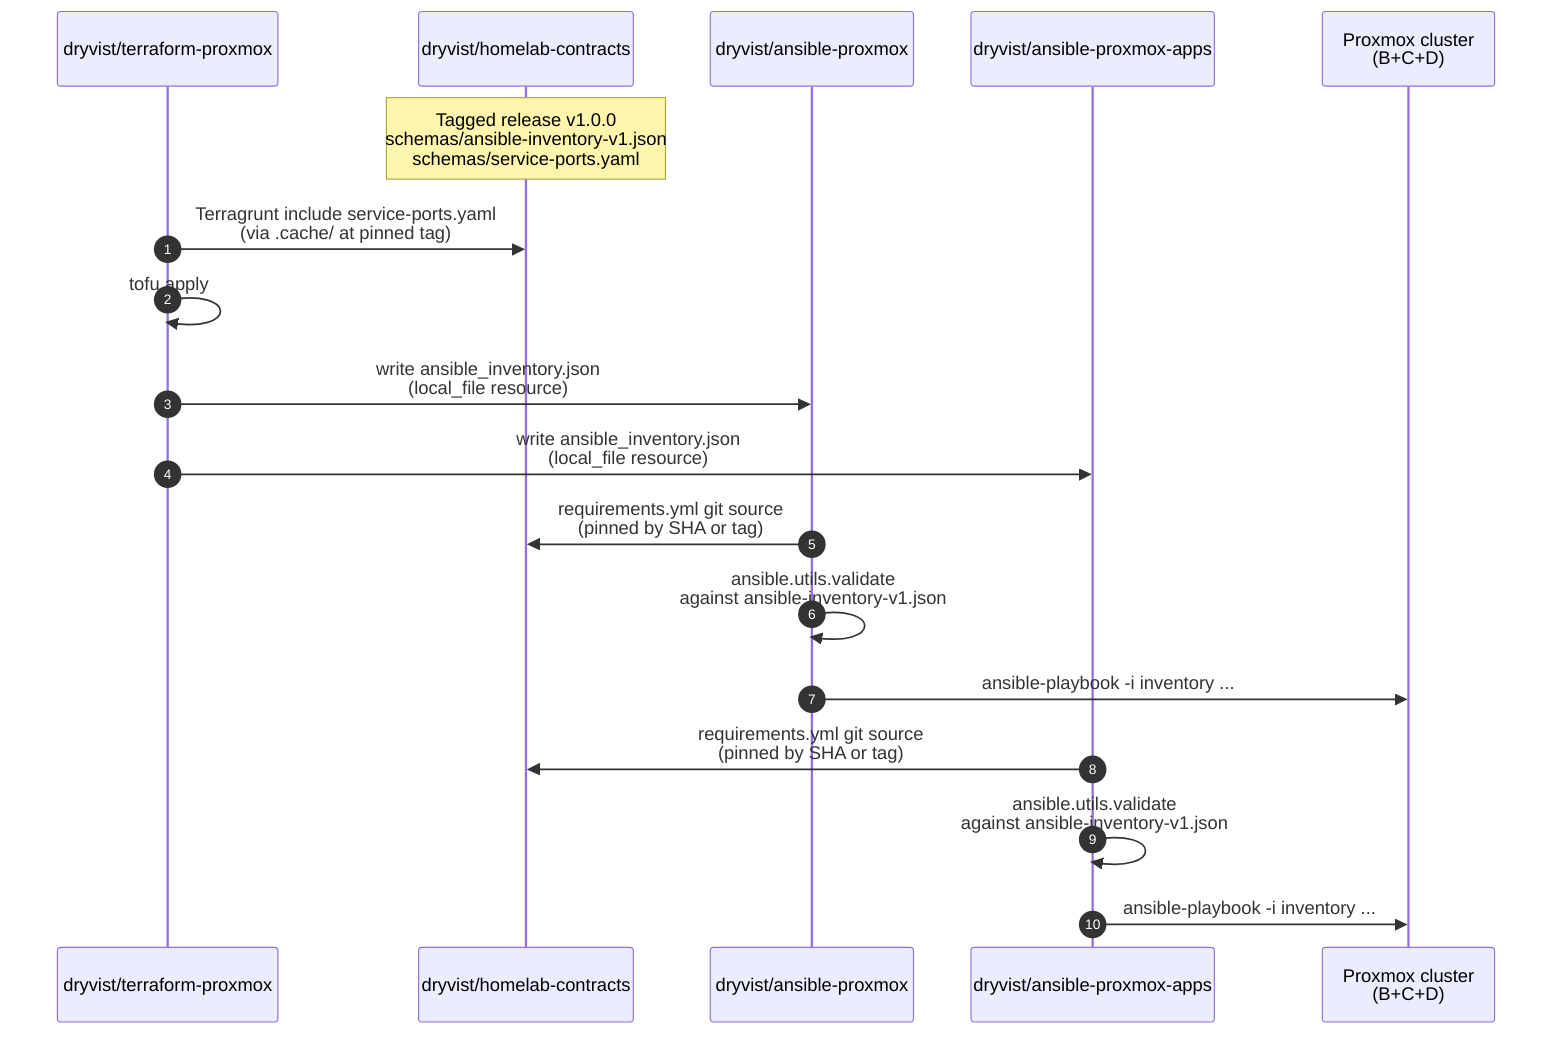
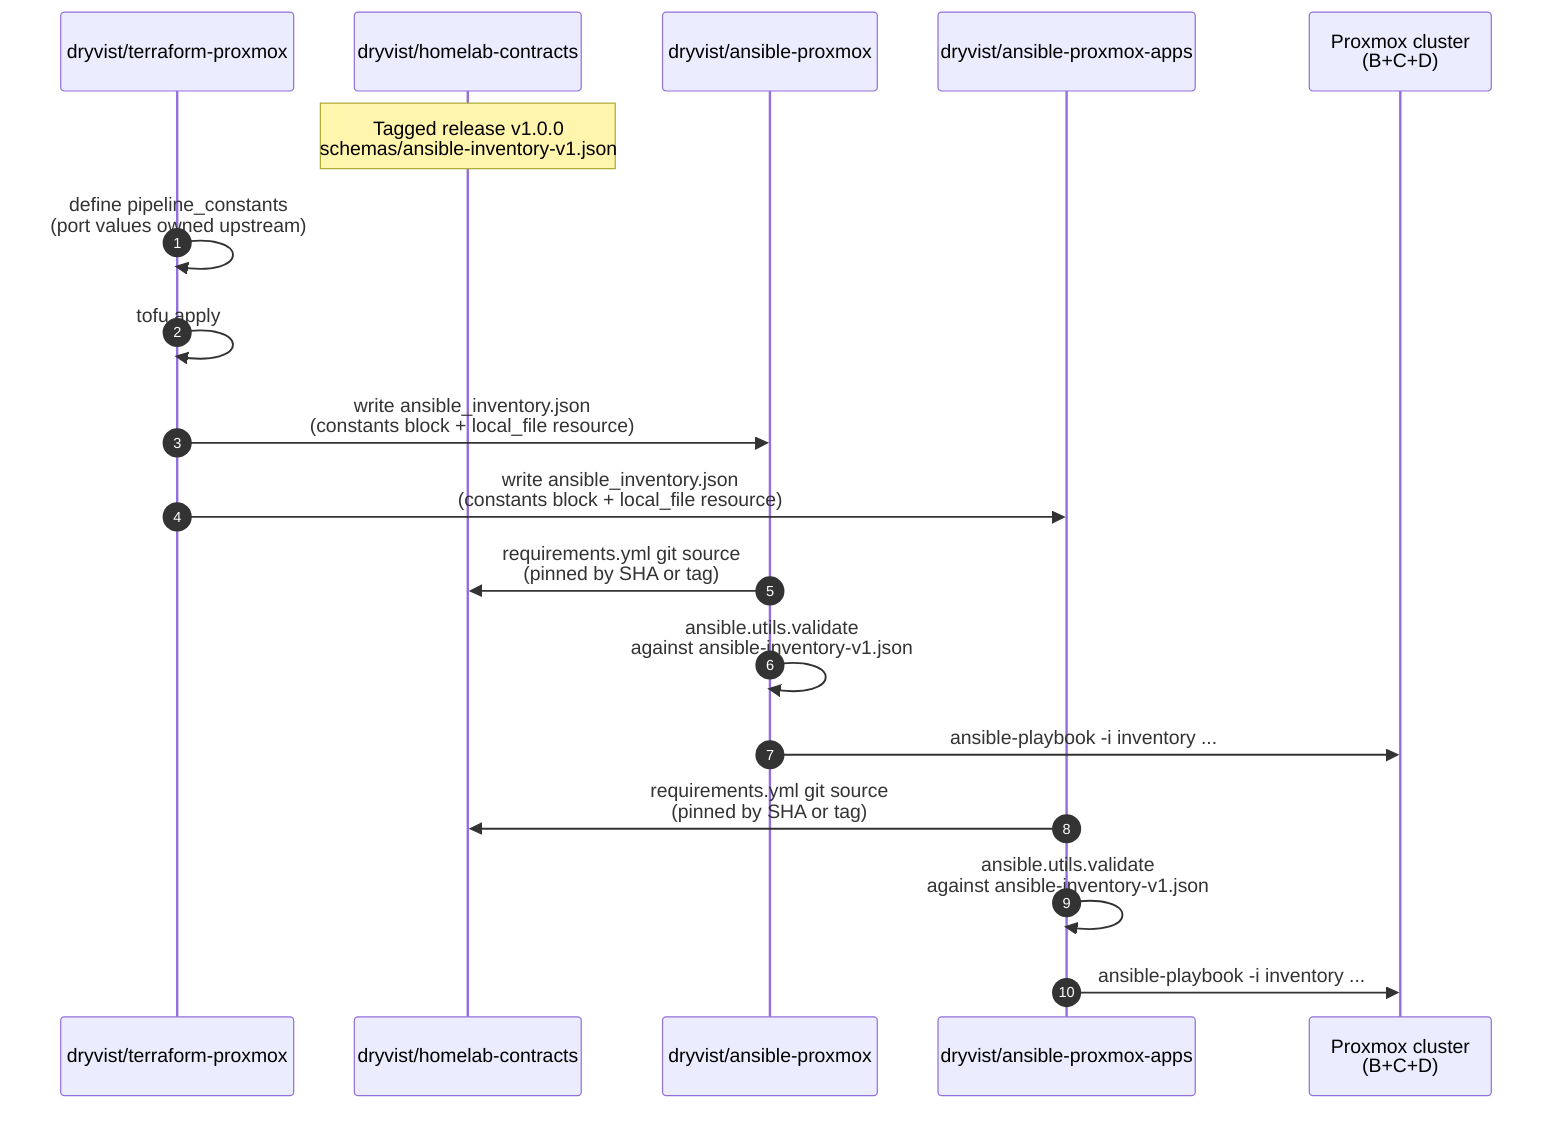
sequenceDiagram
  autonumber
  participant Tofu as dryvist/terraform-proxmox
  participant Schemas as dryvist/homelab-contracts
  participant AnsCluster as dryvist/ansible-proxmox
  participant AnsApps as dryvist/ansible-proxmox-apps
  participant Cluster as Proxmox cluster<br/>(B+C+D)

-   Note over Schemas: Tagged release v1.0.0<br/>schemas/ansible-inventory-v1.json<br/>schemas/service-ports.yaml
+   Note over Schemas: Tagged release v1.0.0<br/>schemas/ansible-inventory-v1.json

-   Tofu->>Schemas: Terragrunt include service-ports.yaml<br/>(via .cache/ at pinned tag)
+   Tofu->>Tofu: define pipeline_constants<br/>(port values owned upstream)
  Tofu->>Tofu: tofu apply
-   Tofu->>AnsCluster: write ansible_inventory.json<br/>(local_file resource)
-   Tofu->>AnsApps: write ansible_inventory.json<br/>(local_file resource)
+   Tofu->>AnsCluster: write ansible_inventory.json<br/>(constants block + local_file resource)
+   Tofu->>AnsApps: write ansible_inventory.json<br/>(constants block + local_file resource)

  AnsCluster->>Schemas: requirements.yml git source<br/>(pinned by SHA or tag)
  AnsCluster->>AnsCluster: ansible.utils.validate<br/>against ansible-inventory-v1.json
  AnsCluster->>Cluster: ansible-playbook -i inventory ...

  AnsApps->>Schemas: requirements.yml git source<br/>(pinned by SHA or tag)
  AnsApps->>AnsApps: ansible.utils.validate<br/>against ansible-inventory-v1.json
  AnsApps->>Cluster: ansible-playbook -i inventory ...
